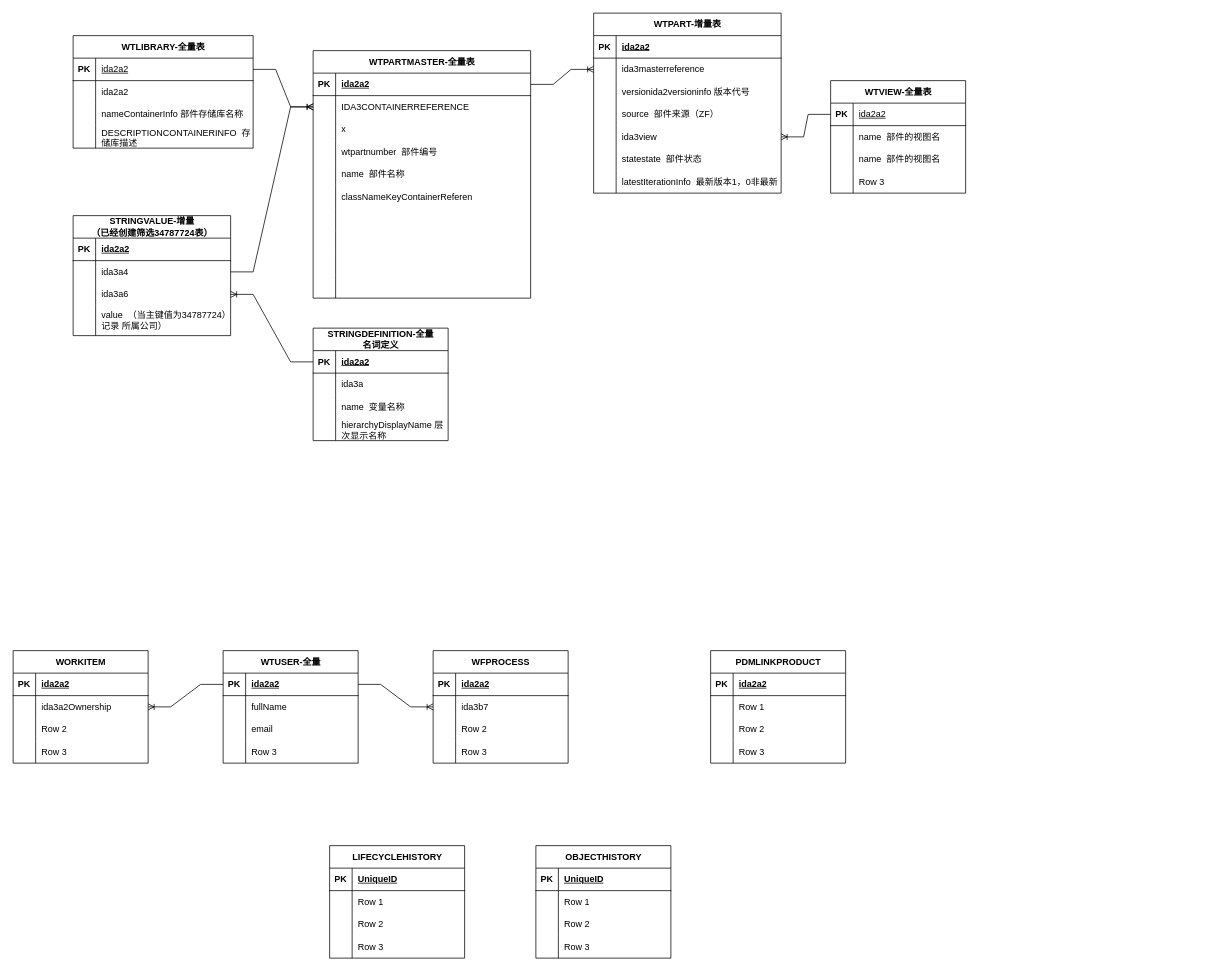
Before: pdm数据结构.drawio in fxfng/hello-world, a draw.io diagram. Source tidied: cells renumbered, new cells numbered last; positions are measured from the earlier drawing's top-left corner, leaving out a move shared by most shapes. Both pictures are drawn from the tidied source at 75%, with x=0, y=0 at pixel (13, 13).
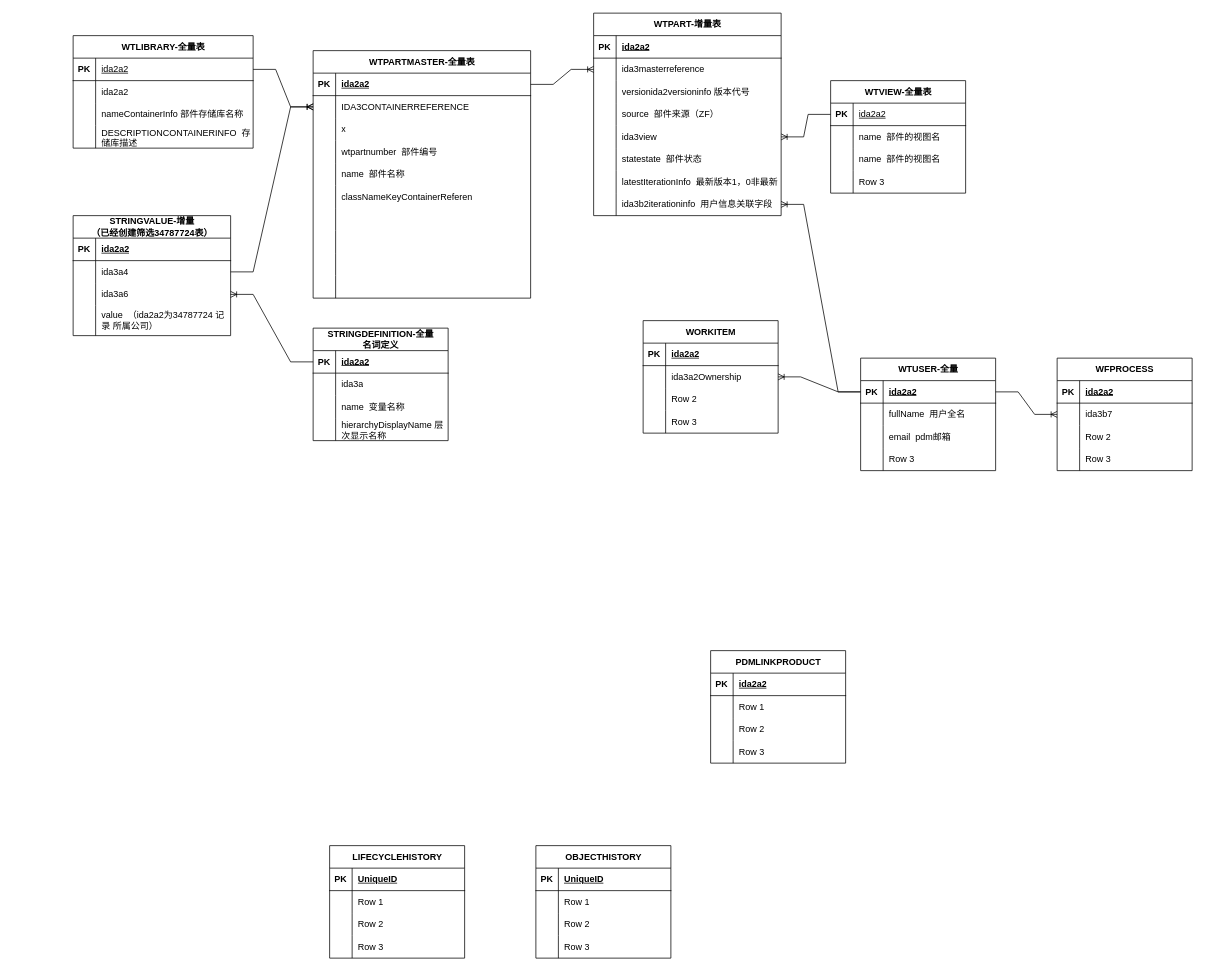
The same page after the edit.

Commit message:
更新pdm数据结构.drawio

Unchanged cells that the change refers to:
```xml
<mxCell id="78" style="shape=tableRow;horizontal=0;startSize=0;swimlaneHead=0;swimlaneBody=0;fillColor=none;top=0;left=0;right=0;bottom=0;" parent="68" vertex="1">
  <mxGeometry y="120" width="210" height="40" as="geometry" />
</mxCell>
<mxCell id="149" style="shape=tableRow;horizontal=0;startSize=0;swimlaneHead=0;swimlaneBody=0;fillColor=none;points=[[0,0.5],[1,0.5]];portConstraint=eastwest;top=0;left=0;right=0;bottom=1;" parent="148" vertex="1">
  <mxGeometry y="30" width="180" height="30" as="geometry" />
</mxCell>
<mxCell id="152" style="shape=tableRow;horizontal=0;startSize=0;swimlaneHead=0;swimlaneBody=0;fillColor=none;top=0;left=0;right=0;bottom=0;" parent="148" vertex="1">
  <mxGeometry y="60" width="180" height="30" as="geometry" />
</mxCell>
<mxCell id="155" style="shape=tableRow;horizontal=0;startSize=0;swimlaneHead=0;swimlaneBody=0;fillColor=none;top=0;left=0;right=0;bottom=0;" parent="148" vertex="1">
  <mxGeometry y="90" width="180" height="30" as="geometry" />
</mxCell>
```

What changed in the source:
```diff
@@
     <mxCell id="2" value="WTPART-增量表" style="shape=table;startSize=30;childLayout=tableLayout;rowLines=0;fontStyle=1;align=center;html=1;" parent="1" vertex="1">
-      <mxGeometry x="774" width="250" height="240" as="geometry" />
+      <mxGeometry x="774" width="250" height="270" as="geometry" />
     </mxCell>
@@
+    <mxCell id="192" style="shape=tableRow;horizontal=0;startSize=0;swimlaneHead=0;swimlaneBody=0;fillColor=none;points=[[0,0.5],[1,0.5]];portConstraint=eastwest;top=0;left=0;right=0;bottom=0;" parent="2" vertex="1">
+      <mxGeometry y="240" width="250" height="30" as="geometry" />
+    </mxCell>
+    <mxCell id="193" style="shape=partialRectangle;fillColor=none;top=0;left=0;bottom=0;right=0;overflow=hidden;whiteSpace=wrap;html=1;" parent="192" vertex="1">
+      <mxGeometry width="30" height="30" as="geometry" />
+    </mxCell>
+    <mxCell id="194" value="ida3b2iterationinfo&amp;nbsp; 用户信息关联字段" style="shape=partialRectangle;fillColor=none;top=0;left=0;bottom=0;right=0;align=left;spacingLeft=6;overflow=hidden;whiteSpace=wrap;html=1;" parent="192" vertex="1">
+      <mxGeometry x="30" width="220" height="30" as="geometry" />
+    </mxCell>
@@
-    <mxCell id="80" value="value&amp;nbsp; （当主键值为34787724）记录 所属公司）" style="shape=partialRectangle;fillColor=none;top=0;left=0;bottom=0;right=0;align=left;spacingLeft=6;overflow=hidden;whiteSpace=wrap;html=1;" parent="78" vertex="1">
+    <mxCell id="80" value="value&amp;nbsp; （ida2a2为34787724 记录 所属公司）" style="shape=partialRectangle;fillColor=none;top=0;left=0;bottom=0;right=0;align=left;spacingLeft=6;overflow=hidden;whiteSpace=wrap;html=1;" parent="78" vertex="1">
       <mxGeometry x="30" width="180" height="40" as="geometry" />
     </mxCell>
@@
     <mxCell id="148" value="WTUSER-全量" style="shape=table;startSize=30;childLayout=tableLayout;rowLines=0;fontStyle=1;align=center;html=1;" parent="1" vertex="1">
-      <mxGeometry x="280" y="850" width="180" height="150" as="geometry" />
+      <mxGeometry x="1130" y="460" width="180" height="150" as="geometry" />
     </mxCell>
@@
-    <mxCell id="154" value="fullName" style="shape=partialRectangle;fillColor=none;top=0;left=0;bottom=0;right=0;align=left;spacingLeft=6;overflow=hidden;whiteSpace=wrap;html=1;" parent="152" vertex="1">
+    <mxCell id="154" value="fullName&amp;nbsp; 用户全名" style="shape=partialRectangle;fillColor=none;top=0;left=0;bottom=0;right=0;align=left;spacingLeft=6;overflow=hidden;whiteSpace=wrap;html=1;" parent="152" vertex="1">
       <mxGeometry x="30" width="150" height="30" as="geometry" />
     </mxCell>
@@
-    <mxCell id="157" value="email" style="shape=partialRectangle;fillColor=none;top=0;left=0;bottom=0;right=0;align=left;spacingLeft=6;overflow=hidden;whiteSpace=wrap;html=1;" parent="155" vertex="1">
+    <mxCell id="157" value="email&amp;nbsp; pdm邮箱" style="shape=partialRectangle;fillColor=none;top=0;left=0;bottom=0;right=0;align=left;spacingLeft=6;overflow=hidden;whiteSpace=wrap;html=1;" parent="155" vertex="1">
       <mxGeometry x="30" width="150" height="30" as="geometry" />
     </mxCell>
@@
     <mxCell id="161" value="WFPROCESS" style="shape=table;startSize=30;childLayout=tableLayout;rowLines=0;fontStyle=1;align=center;html=1;" parent="1" vertex="1">
-      <mxGeometry x="560" y="850" width="180" height="150" as="geometry" />
+      <mxGeometry x="1392" y="460" width="180" height="150" as="geometry" />
     </mxCell>
@@
     <mxCell id="175" value="WORKITEM" style="shape=table;startSize=30;childLayout=tableLayout;rowLines=0;fontStyle=1;align=center;html=1;" parent="1" vertex="1">
-      <mxGeometry y="850" width="180" height="150" as="geometry" />
+      <mxGeometry x="840" y="410" width="180" height="150" as="geometry" />
     </mxCell>
@@
+    <mxCell id="195" style="edgeStyle=entityRelationEdgeStyle;fontSize=12;html=1;endArrow=ERoneToMany;rounded=0;exitX=0;exitY=0.5;exitDx=0;exitDy=0;entryX=1;entryY=0.5;entryDx=0;entryDy=0;" parent="1" edge="1" source="149" target="192">
+      <mxGeometry relative="1" as="geometry" />
+    </mxCell>
```
